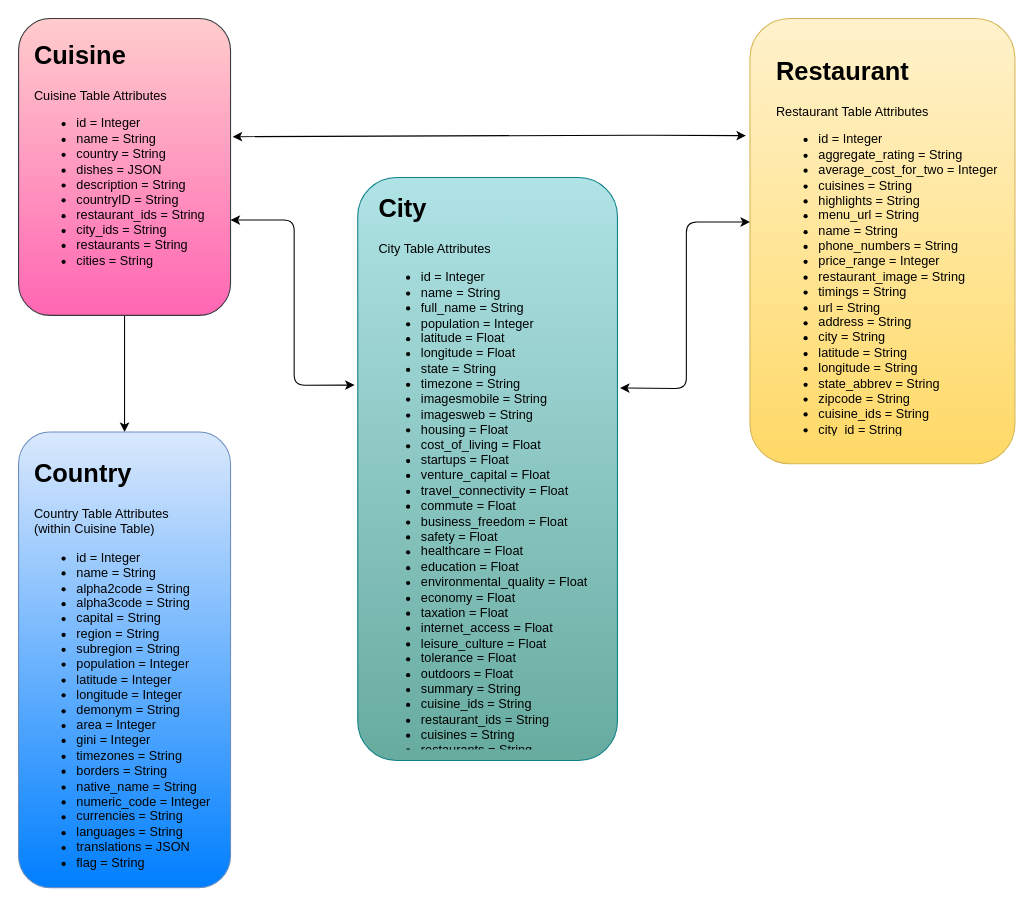
Before: UML Diagram.drawio in amyo29/Cultured-Foodies, a draw.io diagram. Source tidied: cells renumbered, new cells numbered last; positions are measured from the earlier drawing's top-left corner, leaving out a move shared by most shapes. Both pictures are drawn from the tidied source at 106%, with x=0, y=0 at pixel (18, 18).
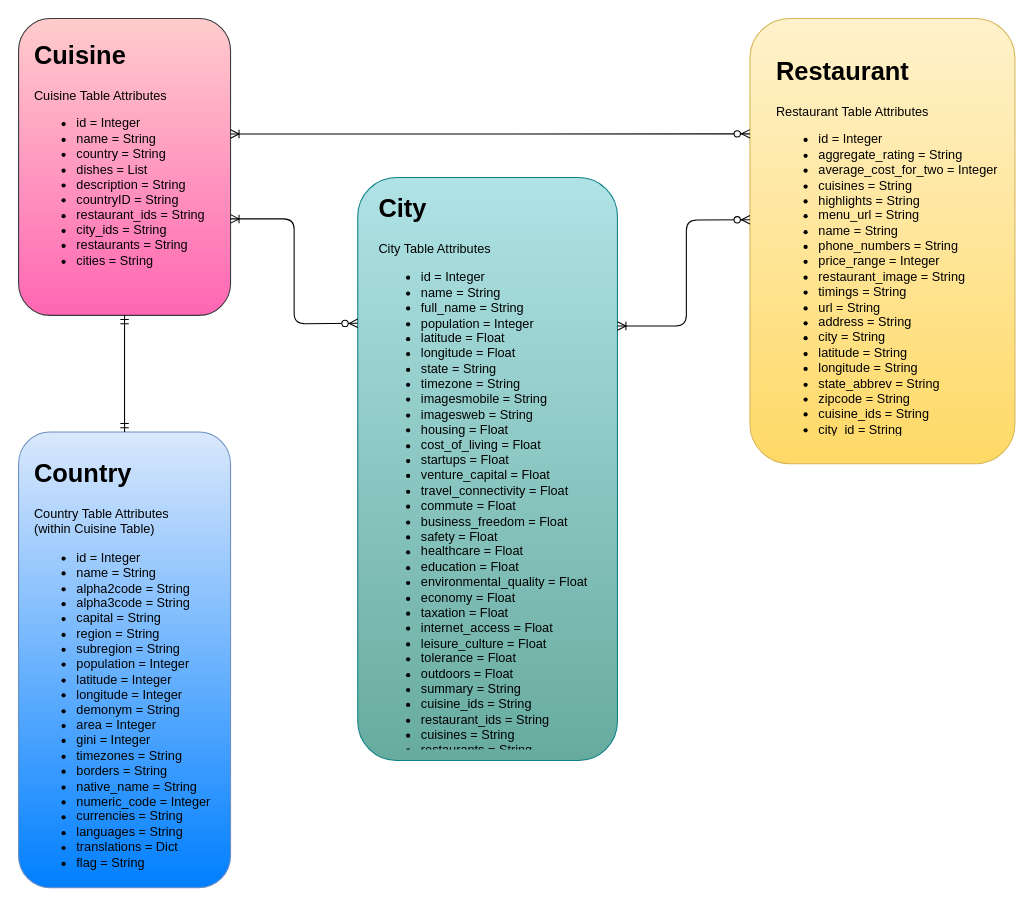
The same diagram, later.

Change to the diagram source:
```diff
@@
 <mxGraphModel>
   <root>
     <mxCell id="0" />
     <mxCell id="1" parent="0" />
-    <mxCell id="2" style="edgeStyle=orthogonalEdgeStyle;rounded=0;jettySize=auto;html=1;entryX=0.5;entryY=0;entryDx=0;entryDy=0;" parent="1" edge="1" source="3" target="6">
-      <mxGeometry relative="1" as="geometry" />
-    </mxCell>
     <mxCell id="3" style="rounded=1;whiteSpace=wrap;html=1;fillColor=#ffcccc;strokeColor=#36393d;gradientColor=#FF66B3;" parent="1" vertex="1">
       <mxGeometry width="200" height="280" as="geometry" />
     </mxCell>
     <mxCell id="4" style="rounded=1;whiteSpace=wrap;html=1;fillColor=#b0e3e6;strokeColor=#0e8088;gradientColor=#67AB9F;" parent="1" vertex="1">
       <mxGeometry x="320" y="150" width="245" height="550" as="geometry" />
     </mxCell>
     <mxCell id="5" style="rounded=1;whiteSpace=wrap;html=1;fillColor=#fff2cc;strokeColor=#d6b656;gradientColor=#ffd966;" parent="1" vertex="1">
       <mxGeometry x="690" width="250" height="420" as="geometry" />
     </mxCell>
     <mxCell id="6" style="rounded=1;whiteSpace=wrap;html=1;fillColor=#dae8fc;strokeColor=#6c8ebf;gradientColor=#007FFF;" parent="1" vertex="1">
       <mxGeometry y="390" width="200" height="430" as="geometry" />
     </mxCell>
-    <mxCell id="7" value="&lt;h1&gt;Cuisine&lt;/h1&gt;&lt;p&gt;Cuisine Table Attributes&lt;/p&gt;&lt;ul&gt;&lt;li&gt;id = Integer&lt;/li&gt;&lt;li&gt;name = String&lt;/li&gt;&lt;li&gt;country = String&lt;/li&gt;&lt;li&gt;dishes = JSON&lt;/li&gt;&lt;li&gt;description = String&lt;/li&gt;&lt;li&gt;countryID = String&lt;/li&gt;&lt;li&gt;restaurant_ids = String&lt;/li&gt;&lt;li&gt;city_ids = String&lt;/li&gt;&lt;li&gt;restaurants = String&lt;/li&gt;&lt;li&gt;cities = String&lt;/li&gt;&lt;/ul&gt;&lt;p&gt;&lt;/p&gt;" style="text;html=1;strokeColor=none;fillColor=none;spacing=5;spacingTop=-20;whiteSpace=wrap;overflow=hidden;rounded=0;" parent="1" vertex="1">
+    <mxCell id="7" value="&lt;h1&gt;Cuisine&lt;/h1&gt;&lt;p&gt;Cuisine Table Attributes&lt;/p&gt;&lt;ul&gt;&lt;li&gt;id = Integer&lt;/li&gt;&lt;li&gt;name = String&lt;/li&gt;&lt;li&gt;country = String&lt;/li&gt;&lt;li&gt;dishes = List&lt;/li&gt;&lt;li&gt;description = String&lt;/li&gt;&lt;li&gt;countryID = String&lt;/li&gt;&lt;li&gt;restaurant_ids = String&lt;/li&gt;&lt;li&gt;city_ids = String&lt;/li&gt;&lt;li&gt;restaurants = String&lt;/li&gt;&lt;li&gt;cities = String&lt;/li&gt;&lt;/ul&gt;&lt;p&gt;&lt;/p&gt;" style="text;html=1;strokeColor=none;fillColor=none;spacing=5;spacingTop=-20;whiteSpace=wrap;overflow=hidden;rounded=0;" parent="1" vertex="1">
       <mxGeometry x="10" y="15" width="180" height="250" as="geometry" />
     </mxCell>
     <mxCell id="8" value="&lt;h1&gt;City&lt;/h1&gt;&lt;div&gt;City Table Attributes&lt;/div&gt;&lt;div&gt;&lt;ul&gt;&lt;li&gt;id = Integer&lt;/li&gt;&lt;li&gt;name = String&lt;/li&gt;&lt;li&gt;full_name = String&lt;/li&gt;&lt;li&gt;population = Integer&lt;/li&gt;&lt;li&gt;latitude = Float&lt;/li&gt;&lt;li&gt;longitude = Float&lt;/li&gt;&lt;li&gt;state = String&lt;/li&gt;&lt;li&gt;timezone = String&lt;/li&gt;&lt;li&gt;imagesmobile = String&lt;/li&gt;&lt;li&gt;imagesweb = String&lt;/li&gt;&lt;li&gt;housing = Float&lt;/li&gt;&lt;li&gt;cost_of_living = Float&lt;/li&gt;&lt;li&gt;startups = Float&lt;/li&gt;&lt;li&gt;venture_capital = Float&lt;/li&gt;&lt;li&gt;travel_connectivity = Float&lt;/li&gt;&lt;li&gt;commute = Float&lt;/li&gt;&lt;li&gt;business_freedom = Float&lt;/li&gt;&lt;li&gt;safety = Float&lt;/li&gt;&lt;li&gt;healthcare = Float&lt;/li&gt;&lt;li&gt;education = Float&lt;/li&gt;&lt;li&gt;environmental_quality = Float&lt;/li&gt;&lt;li&gt;economy = Float&lt;/li&gt;&lt;li&gt;taxation = Float&lt;/li&gt;&lt;li&gt;internet_access = Float&lt;/li&gt;&lt;li&gt;leisure_culture = Float&lt;/li&gt;&lt;li&gt;tolerance = Float&lt;/li&gt;&lt;li&gt;outdoors = Float&lt;/li&gt;&lt;li&gt;summary = String&lt;/li&gt;&lt;li&gt;cuisine_ids = String&lt;/li&gt;&lt;li&gt;restaurant_ids = String&lt;/li&gt;&lt;li&gt;cuisines = String&lt;/li&gt;&lt;li&gt;restaurants = String&lt;/li&gt;&lt;/ul&gt;&lt;/div&gt;" style="text;html=1;strokeColor=none;fillColor=none;spacing=5;spacingTop=-20;whiteSpace=wrap;overflow=hidden;rounded=0;" parent="1" vertex="1">
       <mxGeometry x="335" y="160" width="225" height="530" as="geometry" />
     </mxCell>
     <mxCell id="9" value="&lt;h1&gt;Restaurant&lt;/h1&gt;&lt;div&gt;Restaurant Table Attributes&lt;/div&gt;&lt;div&gt;&lt;ul&gt;&lt;li&gt;id = Integer&lt;/li&gt;&lt;li&gt;aggregate_rating = String&lt;/li&gt;&lt;li&gt;average_cost_for_two = Integer&lt;/li&gt;&lt;li&gt;cuisines = String&lt;/li&gt;&lt;li&gt;highlights = String&lt;/li&gt;&lt;li&gt;menu_url = String&lt;/li&gt;&lt;li&gt;name = String&lt;/li&gt;&lt;li&gt;phone_numbers = String&lt;/li&gt;&lt;li&gt;price_range = Integer&lt;/li&gt;&lt;li&gt;restaurant_image = String&lt;/li&gt;&lt;li&gt;timings = String&lt;/li&gt;&lt;li&gt;url = String&lt;/li&gt;&lt;li&gt;address = String&lt;/li&gt;&lt;li&gt;city = String&lt;/li&gt;&lt;li&gt;latitude = String&lt;/li&gt;&lt;li&gt;longitude = String&lt;/li&gt;&lt;li&gt;state_abbrev = String&lt;/li&gt;&lt;li&gt;zipcode = String&lt;/li&gt;&lt;li&gt;cuisine_ids = String&lt;/li&gt;&lt;li&gt;city_id = String&lt;/li&gt;&lt;/ul&gt;&lt;/div&gt;" style="text;html=1;strokeColor=none;fillColor=none;spacing=5;spacingTop=-20;whiteSpace=wrap;overflow=hidden;rounded=0;" parent="1" vertex="1">
       <mxGeometry x="710" y="30" width="220" height="364" as="geometry" />
     </mxCell>
-    <mxCell id="10" value="&lt;h1&gt;Country&lt;/h1&gt;&lt;div&gt;Country Table Attributes&lt;/div&gt;&lt;div&gt;(within Cuisine Table)&lt;/div&gt;&lt;div&gt;&lt;ul&gt;&lt;li&gt;id = Integer&lt;/li&gt;&lt;li&gt;name = String&lt;/li&gt;&lt;li&gt;alpha2code =&amp;nbsp;String&lt;/li&gt;&lt;li&gt;alpha3code =&amp;nbsp;String&lt;/li&gt;&lt;li&gt;capital = String&lt;/li&gt;&lt;li&gt;region = String&lt;/li&gt;&lt;li&gt;subregion = String&lt;/li&gt;&lt;li&gt;population = Integer&lt;/li&gt;&lt;li&gt;latitude = Integer&lt;/li&gt;&lt;li&gt;longitude = Integer&lt;/li&gt;&lt;li&gt;demonym = String&lt;/li&gt;&lt;li&gt;area = Integer&lt;/li&gt;&lt;li&gt;gini = Integer&lt;/li&gt;&lt;li&gt;timezones = String&lt;/li&gt;&lt;li&gt;borders = String&lt;/li&gt;&lt;li&gt;native_name =&amp;nbsp;String&lt;/li&gt;&lt;li&gt;numeric_code = Integer&lt;/li&gt;&lt;li&gt;currencies = String&lt;/li&gt;&lt;li&gt;languages = String&lt;/li&gt;&lt;li&gt;translations = JSON&lt;/li&gt;&lt;li&gt;flag = String&lt;/li&gt;&lt;/ul&gt;&lt;/div&gt;" style="text;html=1;strokeColor=none;fillColor=none;spacing=5;spacingTop=-20;whiteSpace=wrap;overflow=hidden;rounded=0;" parent="1" vertex="1">
+    <mxCell id="10" value="&lt;h1&gt;Country&lt;/h1&gt;&lt;div&gt;Country Table Attributes&lt;/div&gt;&lt;div&gt;(within Cuisine Table)&lt;/div&gt;&lt;div&gt;&lt;ul&gt;&lt;li&gt;id = Integer&lt;/li&gt;&lt;li&gt;name = String&lt;/li&gt;&lt;li&gt;alpha2code =&amp;nbsp;String&lt;/li&gt;&lt;li&gt;alpha3code =&amp;nbsp;String&lt;/li&gt;&lt;li&gt;capital = String&lt;/li&gt;&lt;li&gt;region = String&lt;/li&gt;&lt;li&gt;subregion = String&lt;/li&gt;&lt;li&gt;population = Integer&lt;/li&gt;&lt;li&gt;latitude = Integer&lt;/li&gt;&lt;li&gt;longitude = Integer&lt;/li&gt;&lt;li&gt;demonym = String&lt;/li&gt;&lt;li&gt;area = Integer&lt;/li&gt;&lt;li&gt;gini = Integer&lt;/li&gt;&lt;li&gt;timezones = String&lt;/li&gt;&lt;li&gt;borders = String&lt;/li&gt;&lt;li&gt;native_name =&amp;nbsp;String&lt;/li&gt;&lt;li&gt;numeric_code = Integer&lt;/li&gt;&lt;li&gt;currencies = String&lt;/li&gt;&lt;li&gt;languages = String&lt;/li&gt;&lt;li&gt;translations = Dict&lt;/li&gt;&lt;li&gt;flag = String&lt;/li&gt;&lt;/ul&gt;&lt;/div&gt;" style="text;html=1;strokeColor=none;fillColor=none;spacing=5;spacingTop=-20;whiteSpace=wrap;overflow=hidden;rounded=0;" parent="1" vertex="1">
       <mxGeometry x="10" y="410" width="180" height="410" as="geometry" />
     </mxCell>
-    <mxCell id="11" style="endArrow=classic;startArrow=classic;html=1;exitX=1;exitY=0.679;exitDx=0;exitDy=0;exitPerimeter=0;entryX=-0.012;entryY=0.356;entryDx=0;entryDy=0;entryPerimeter=0;" parent="1" edge="1" source="3" target="4">
-      <mxGeometry relative="1" as="geometry">
-        <Array as="points">
-          <mxPoint x="260" y="190" />
-          <mxPoint x="260" y="346" />
-        </Array>
-      </mxGeometry>
-    </mxCell>
-    <mxCell id="12" style="endArrow=classic;startArrow=classic;html=1;exitX=1.01;exitY=0.361;exitDx=0;exitDy=0;exitPerimeter=0;entryX=0;entryY=0.457;entryDx=0;entryDy=0;entryPerimeter=0;" parent="1" edge="1" source="4" target="5">
-      <mxGeometry relative="1" as="geometry">
-        <Array as="points">
-          <mxPoint x="630" y="349" />
-          <mxPoint x="630" y="192" />
-        </Array>
-      </mxGeometry>
-    </mxCell>
-    <mxCell id="13" style="endArrow=classic;startArrow=classic;html=1;exitX=1.01;exitY=0.398;exitDx=0;exitDy=0;exitPerimeter=0;entryX=-0.015;entryY=0.263;entryDx=0;entryDy=0;entryPerimeter=0;" parent="1" edge="1" source="3" target="5">
-      <mxGeometry relative="1" as="geometry">
-        <Array as="points">
-          <mxPoint x="590" y="110" />
-        </Array>
-      </mxGeometry>
-    </mxCell>
+    <mxCell id="14" style="fontSize=12;html=1;endArrow=ERmandOne;startArrow=ERmandOne;exitX=0.5;exitY=0;exitDx=0;exitDy=0;" parent="1" edge="1" source="6">
+      <mxGeometry relative="1" as="geometry">
+        <mxPoint x="100" y="280" as="targetPoint" />
+      </mxGeometry>
+    </mxCell>
+    <mxCell id="15" style="fontSize=12;html=1;endArrow=ERoneToMany;startArrow=ERzeroToMany;exitX=0;exitY=0.25;exitDx=0;exitDy=0;entryX=1;entryY=0.675;entryDx=0;entryDy=0;entryPerimeter=0;" parent="1" edge="1" source="4" target="3">
+      <mxGeometry relative="1" as="geometry">
+        <Array as="points">
+          <mxPoint x="260" y="288" />
+          <mxPoint x="260" y="189" />
+        </Array>
+      </mxGeometry>
+    </mxCell>
+    <mxCell id="16" style="fontSize=12;html=1;endArrow=ERoneToMany;startArrow=ERzeroToMany;exitX=0;exitY=0.259;exitDx=0;exitDy=0;exitPerimeter=0;entryX=1;entryY=0.389;entryDx=0;entryDy=0;entryPerimeter=0;" parent="1" edge="1" source="5" target="3">
+      <mxGeometry relative="1" as="geometry" />
+    </mxCell>
+    <mxCell id="17" style="fontSize=12;html=1;endArrow=ERoneToMany;startArrow=ERzeroToMany;exitX=0;exitY=0.452;exitDx=0;exitDy=0;exitPerimeter=0;" parent="1" edge="1" source="5">
+      <mxGeometry relative="1" as="geometry">
+        <mxPoint x="565" y="290" as="targetPoint" />
+        <Array as="points">
+          <mxPoint x="630" y="190" />
+          <mxPoint x="630" y="290" />
+        </Array>
+      </mxGeometry>
+    </mxCell>
   </root>
 </mxGraphModel>
```
